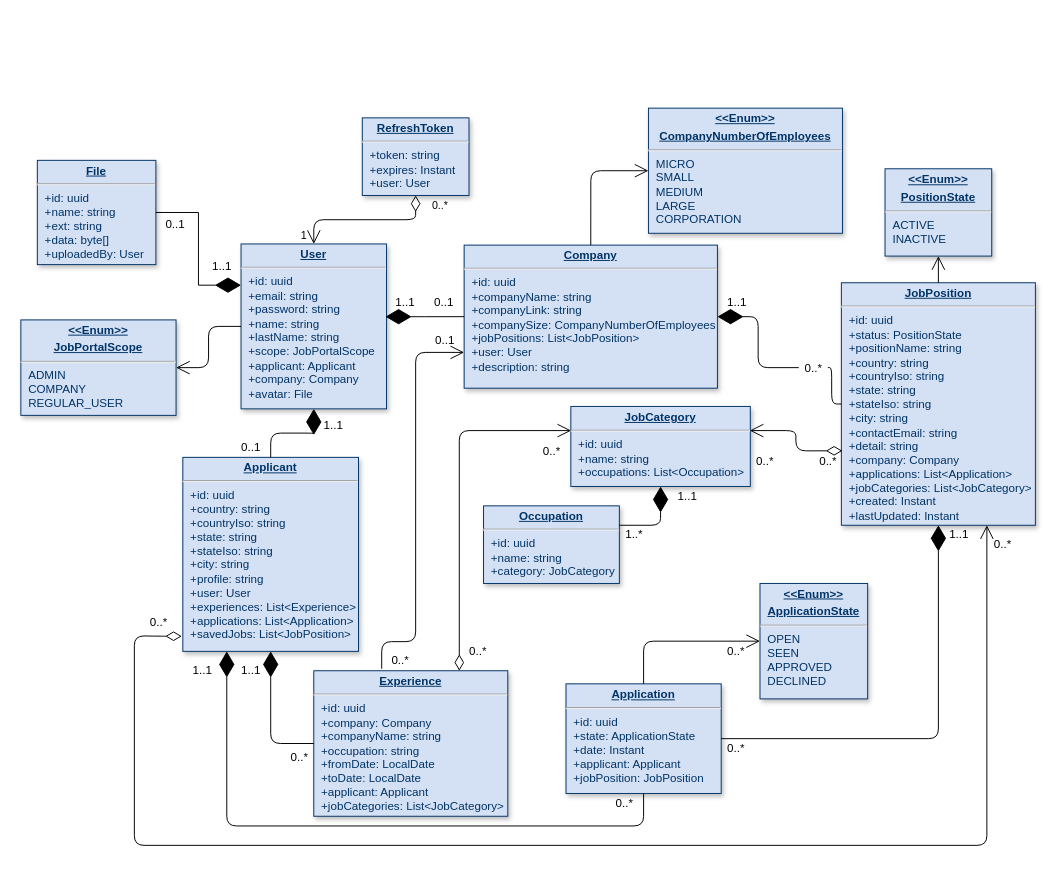
Before: diagrams/Class.drawio in BUTAJI9l-IT/job-portal, a draw.io diagram. Source tidied: cells renumbered, new cells numbered last; positions are measured from the earlier drawing's top-left corner, leaving out a move shared by most shapes. Both pictures are drawn from the tidied source at 97%, with x=0, y=0 at pixel (20, 108).
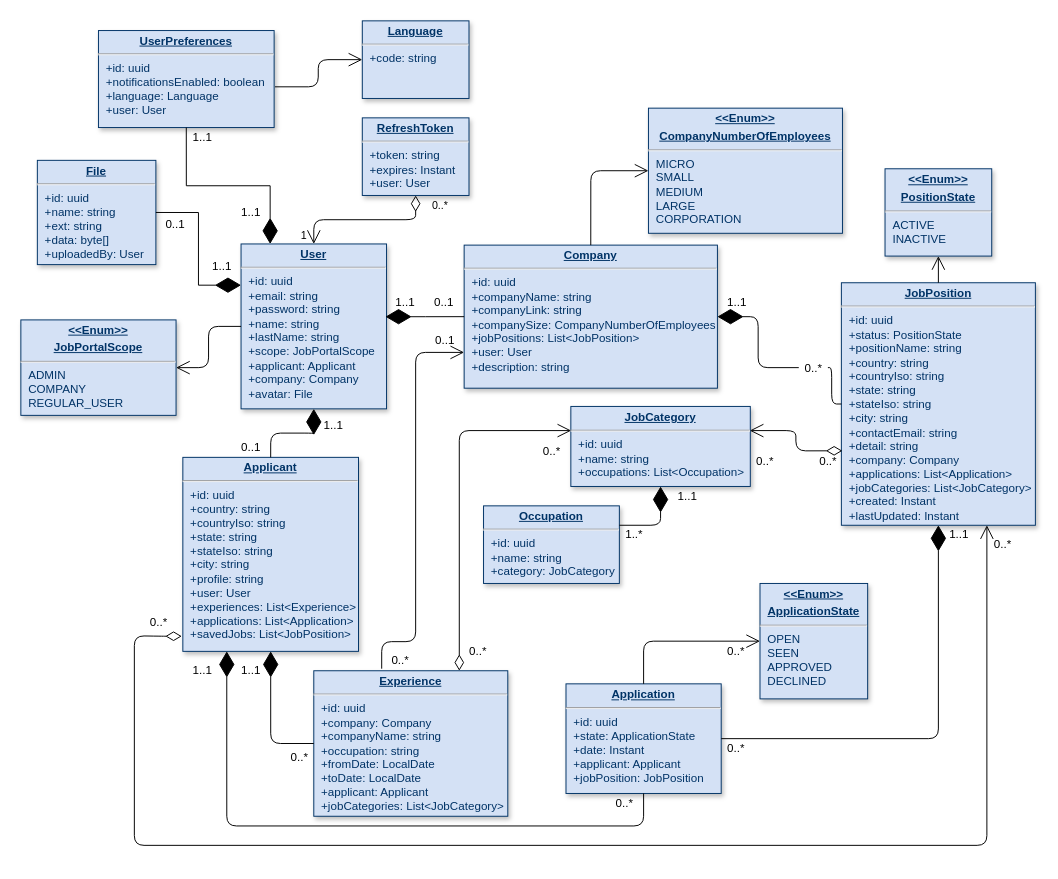
Above is the later version.

Diff of the diagram source:
```diff
@@
+    <mxCell id="60" value="&lt;p style=&quot;margin: 0px; margin-top: 4px; text-align: center; text-decoration: underline;&quot;&gt;&lt;b&gt;UserPreferences&lt;/b&gt;&lt;/p&gt;&lt;hr&gt;&lt;p style=&quot;margin: 0px; margin-left: 8px;&quot;&gt;+id: uuid&lt;/p&gt;&lt;p style=&quot;margin: 0px; margin-left: 8px;&quot;&gt;+notificationsEnabled: boolean&lt;/p&gt;&lt;p style=&quot;margin: 0px; margin-left: 8px;&quot;&gt;+language: Language&lt;/p&gt;&lt;p style=&quot;margin: 0px 0px 0px 8px;&quot;&gt;+user: User&lt;/p&gt;&lt;p style=&quot;margin: 0px 0px 0px 8px;&quot;&gt;&lt;br&gt;&lt;/p&gt;" style="verticalAlign=top;align=left;overflow=fill;fontSize=12;fontFamily=Helvetica;html=1;strokeColor=#003366;shadow=1;fillColor=#D4E1F5;fontColor=#003366;" parent="1" vertex="1">
+      <mxGeometry x="80" y="-80" width="181.1" height="100" as="geometry" />
+    </mxCell>
+    <mxCell id="61" style="endArrow=diamondThin;endFill=1;endSize=24;html=1;rounded=0;exitX=0.5;exitY=1;exitDx=0;exitDy=0;edgeStyle=orthogonalEdgeStyle;" parent="1" edge="1" source="60">
+      <mxGeometry relative="1" as="geometry">
+        <mxPoint x="257" y="140" as="targetPoint" />
+        <Array as="points">
+          <mxPoint x="171" y="80" />
+          <mxPoint x="257" y="80" />
+        </Array>
+      </mxGeometry>
+    </mxCell>
+    <mxCell id="62" value="1..1" style="text;html=1;align=center;verticalAlign=middle;strokeColor=none;fillColor=none;" parent="1" vertex="1">
+      <mxGeometry x="217" y="97.5" width="40" height="20" as="geometry" />
+    </mxCell>
+    <mxCell id="63" value="1..1" style="text;html=1;align=center;verticalAlign=middle;strokeColor=none;fillColor=none;" parent="1" vertex="1">
+      <mxGeometry x="167" y="20" width="40" height="20" as="geometry" />
+    </mxCell>
+    <mxCell id="64" value="&lt;p style=&quot;margin: 0px; margin-top: 4px; text-align: center; text-decoration: underline;&quot;&gt;&lt;b&gt;Language&lt;/b&gt;&lt;/p&gt;&lt;hr&gt;&lt;p style=&quot;margin: 0px; margin-left: 8px;&quot;&gt;+code: string&lt;/p&gt;&lt;p style=&quot;margin: 0px 0px 0px 8px;&quot;&gt;&lt;br&gt;&lt;/p&gt;" style="verticalAlign=top;align=left;overflow=fill;fontSize=12;fontFamily=Helvetica;html=1;strokeColor=#003366;shadow=1;fillColor=#D4E1F5;fontColor=#003366;" parent="1" vertex="1">
+      <mxGeometry x="352" y="-90" width="110" height="80" as="geometry" />
+    </mxCell>
+    <mxCell id="65" style="endArrow=open;endFill=1;endSize=12;html=1;rounded=1;labelBackgroundColor=default;fontFamily=Helvetica;fontSize=11;fontColor=none;strokeColor=default;strokeWidth=1;shape=connector;entryX=0;entryY=0.5;entryDx=0;entryDy=0;edgeStyle=orthogonalEdgeStyle;exitX=1.005;exitY=0.58;exitDx=0;exitDy=0;exitPerimeter=0;" parent="1" edge="1" source="60" target="64">
+      <mxGeometry relative="1" as="geometry" />
+    </mxCell>
```
